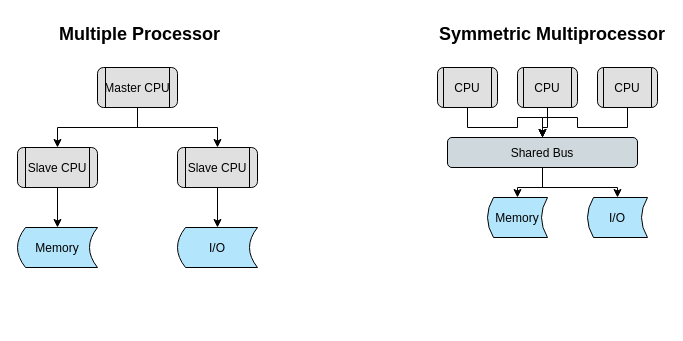
Earlier version of the draw.io diagram file.drawio (MRIFKIBASKARA/Microprosessor.drawio). Source tidied: cells renumbered, new cells numbered last; positions are measured from the earlier drawing's top-left corner, leaving out a move shared by most shapes. Both pictures are drawn from the tidied source at 100%, with x=0, y=0 at pixel (17, 17).
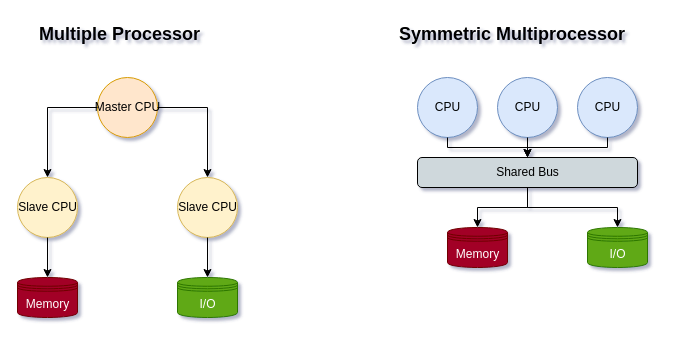
The same page after the edit.

The edit, as a diff of the source:
```diff
@@
-<mxGraphModel>
+<mxGraphModel shadow="1">
@@
     <mxCell id="2" value="Multiple Processor" style="text;html=1;fontSize=18;fontStyle=1;" parent="1" vertex="1">
-      <mxGeometry x="40" width="160" height="30" as="geometry" />
+      <mxGeometry x="20" width="180" height="30" as="geometry" />
     </mxCell>
-    <mxCell id="3" value="Master CPU" style="shape=process;fillColor=#e0e0e0;strokeColor=#000000;rounded=1;" parent="1" vertex="1">
-      <mxGeometry x="80" y="50" width="80" height="40" as="geometry" />
+    <mxCell id="3" value="Master CPU" style="shape=ellipse;fillColor=#ffe6cc;strokeColor=#d79b00;html=1;" parent="1" vertex="1">
+      <mxGeometry x="80" y="60" width="60" height="60" as="geometry" />
     </mxCell>
-    <mxCell id="4" value="Slave CPU" style="shape=process;fillColor=#e0e0e0;strokeColor=#000000;rounded=1;" parent="1" vertex="1">
-      <mxGeometry y="130" width="80" height="40" as="geometry" />
+    <mxCell id="4" value="Slave CPU" style="shape=ellipse;fillColor=#fff2cc;strokeColor=#d6b656;html=1;" parent="1" vertex="1">
+      <mxGeometry y="160" width="60" height="60" as="geometry" />
     </mxCell>
-    <mxCell id="5" value="Slave CPU" style="shape=process;fillColor=#e0e0e0;strokeColor=#000000;rounded=1;" parent="1" vertex="1">
-      <mxGeometry x="160" y="130" width="80" height="40" as="geometry" />
+    <mxCell id="5" value="Slave CPU" style="shape=ellipse;fillColor=#fff2cc;strokeColor=#d6b656;html=1;" parent="1" vertex="1">
+      <mxGeometry x="160" y="160" width="60" height="60" as="geometry" />
     </mxCell>
-    <mxCell id="6" style="edgeStyle=orthogonalEdgeStyle;rounded=0;jettySize=auto;html=1;" parent="1" edge="1" source="3" target="4">
+    <mxCell id="6" style="edgeStyle=orthogonalEdgeStyle;rounded=0;html=1;" parent="1" edge="1" source="3" target="4">
       <mxGeometry relative="1" as="geometry" />
     </mxCell>
-    <mxCell id="7" style="edgeStyle=orthogonalEdgeStyle;rounded=0;jettySize=auto;html=1;" parent="1" edge="1" source="3" target="5">
+    <mxCell id="7" style="edgeStyle=orthogonalEdgeStyle;rounded=0;html=1;" parent="1" edge="1" source="3" target="5">
       <mxGeometry relative="1" as="geometry" />
     </mxCell>
-    <mxCell id="8" value="Memory" style="shape=dataStorage;fillColor=#b3e5fc;strokeColor=#000000;rounded=1;" parent="1" vertex="1">
-      <mxGeometry y="210" width="80" height="40" as="geometry" />
+    <mxCell id="8" value="Memory" style="shape=datastore;fillColor=#a20025;strokeColor=#6F0000;html=1;fontColor=#ffffff;" parent="1" vertex="1">
+      <mxGeometry y="260" width="60" height="40" as="geometry" />
     </mxCell>
-    <mxCell id="9" value="I/O" style="shape=dataStorage;fillColor=#b3e5fc;strokeColor=#000000;rounded=1;" parent="1" vertex="1">
-      <mxGeometry x="160" y="210" width="80" height="40" as="geometry" />
+    <mxCell id="9" value="I/O" style="shape=datastore;fillColor=#60a917;strokeColor=#2D7600;html=1;fontColor=#ffffff;" parent="1" vertex="1">
+      <mxGeometry x="160" y="260" width="60" height="40" as="geometry" />
     </mxCell>
-    <mxCell id="10" style="edgeStyle=orthogonalEdgeStyle;rounded=0;jettySize=auto;html=1;" parent="1" edge="1" source="4" target="8">
+    <mxCell id="10" style="edgeStyle=orthogonalEdgeStyle;rounded=0;html=1;" parent="1" edge="1" source="4" target="8">
       <mxGeometry relative="1" as="geometry" />
     </mxCell>
-    <mxCell id="11" style="edgeStyle=orthogonalEdgeStyle;rounded=0;jettySize=auto;html=1;" parent="1" edge="1" source="5" target="9">
+    <mxCell id="11" style="edgeStyle=orthogonalEdgeStyle;rounded=0;html=1;" parent="1" edge="1" source="5" target="9">
       <mxGeometry relative="1" as="geometry" />
     </mxCell>
     <mxCell id="12" value="Symmetric Multiprocessor" style="text;html=1;fontSize=18;fontStyle=1;" parent="1" vertex="1">
-      <mxGeometry x="420" width="220" height="30" as="geometry" />
+      <mxGeometry x="380" width="240" height="30" as="geometry" />
     </mxCell>
-    <mxCell id="13" value="CPU" style="shape=process;fillColor=#e0e0e0;strokeColor=#000000;rounded=1;" parent="1" vertex="1">
-      <mxGeometry x="420" y="50" width="60" height="40" as="geometry" />
+    <mxCell id="13" value="CPU" style="shape=ellipse;fillColor=#dae8fc;strokeColor=#6c8ebf;html=1;" parent="1" vertex="1">
+      <mxGeometry x="400" y="60" width="60" height="60" as="geometry" />
     </mxCell>
-    <mxCell id="14" value="CPU" style="shape=process;fillColor=#e0e0e0;strokeColor=#000000;rounded=1;" parent="1" vertex="1">
-      <mxGeometry x="500" y="50" width="60" height="40" as="geometry" />
+    <mxCell id="14" value="CPU" style="shape=ellipse;fillColor=#dae8fc;strokeColor=#6c8ebf;html=1;" parent="1" vertex="1">
+      <mxGeometry x="480" y="60" width="60" height="60" as="geometry" />
     </mxCell>
-    <mxCell id="15" value="CPU" style="shape=process;fillColor=#e0e0e0;strokeColor=#000000;rounded=1;" parent="1" vertex="1">
-      <mxGeometry x="580" y="50" width="60" height="40" as="geometry" />
+    <mxCell id="15" value="CPU" style="shape=ellipse;fillColor=#dae8fc;strokeColor=#6c8ebf;html=1;" parent="1" vertex="1">
+      <mxGeometry x="560" y="60" width="60" height="60" as="geometry" />
     </mxCell>
-    <mxCell id="16" value="Shared Bus" style="shape=rectangle;fillColor=#cfd8dc;strokeColor=#000000;rounded=1;" parent="1" vertex="1">
-      <mxGeometry x="430" y="120" width="190" height="30" as="geometry" />
+    <mxCell id="16" value="Shared Bus" style="shape=rectangle;fillColor=#cfd8dc;strokeColor=#000000;rounded=1;html=1;" parent="1" vertex="1">
+      <mxGeometry x="400" y="140" width="220" height="30" as="geometry" />
     </mxCell>
-    <mxCell id="17" style="edgeStyle=orthogonalEdgeStyle;rounded=0;jettySize=auto;html=1;" parent="1" edge="1" source="13" target="16">
+    <mxCell id="17" style="edgeStyle=orthogonalEdgeStyle;rounded=0;html=1;" parent="1" edge="1" source="13" target="16">
       <mxGeometry relative="1" as="geometry" />
     </mxCell>
-    <mxCell id="18" style="edgeStyle=orthogonalEdgeStyle;rounded=0;jettySize=auto;html=1;" parent="1" edge="1" source="14" target="16">
+    <mxCell id="18" style="edgeStyle=orthogonalEdgeStyle;rounded=0;html=1;" parent="1" edge="1" source="14" target="16">
       <mxGeometry relative="1" as="geometry" />
     </mxCell>
-    <mxCell id="19" style="edgeStyle=orthogonalEdgeStyle;rounded=0;jettySize=auto;html=1;" parent="1" edge="1" source="15" target="16">
+    <mxCell id="19" style="edgeStyle=orthogonalEdgeStyle;rounded=0;html=1;" parent="1" edge="1" source="15" target="16">
       <mxGeometry relative="1" as="geometry" />
     </mxCell>
-    <mxCell id="20" value="Memory" style="shape=dataStorage;fillColor=#b3e5fc;strokeColor=#000000;rounded=1;" parent="1" vertex="1">
-      <mxGeometry x="470" y="180" width="60" height="40" as="geometry" />
+    <mxCell id="20" value="Memory" style="shape=datastore;fillColor=#a20025;strokeColor=#6F0000;html=1;fontColor=#ffffff;" parent="1" vertex="1">
+      <mxGeometry x="430" y="210" width="60" height="40" as="geometry" />
     </mxCell>
-    <mxCell id="21" value="I/O" style="shape=dataStorage;fillColor=#b3e5fc;strokeColor=#000000;rounded=1;" parent="1" vertex="1">
-      <mxGeometry x="570" y="180" width="60" height="40" as="geometry" />
+    <mxCell id="21" value="I/O" style="shape=datastore;fillColor=#60a917;strokeColor=#2D7600;html=1;fontColor=#ffffff;" parent="1" vertex="1">
+      <mxGeometry x="570" y="210" width="60" height="40" as="geometry" />
     </mxCell>
-    <mxCell id="22" style="edgeStyle=orthogonalEdgeStyle;rounded=0;jettySize=auto;html=1;" parent="1" edge="1" source="16" target="20">
+    <mxCell id="22" style="edgeStyle=orthogonalEdgeStyle;rounded=0;html=1;" parent="1" edge="1" source="16" target="20">
       <mxGeometry relative="1" as="geometry" />
     </mxCell>
-    <mxCell id="23" style="edgeStyle=orthogonalEdgeStyle;rounded=0;jettySize=auto;html=1;" parent="1" edge="1" source="16" target="21">
+    <mxCell id="23" style="edgeStyle=orthogonalEdgeStyle;rounded=0;html=1;" parent="1" edge="1" source="16" target="21">
       <mxGeometry relative="1" as="geometry" />
     </mxCell>
```
